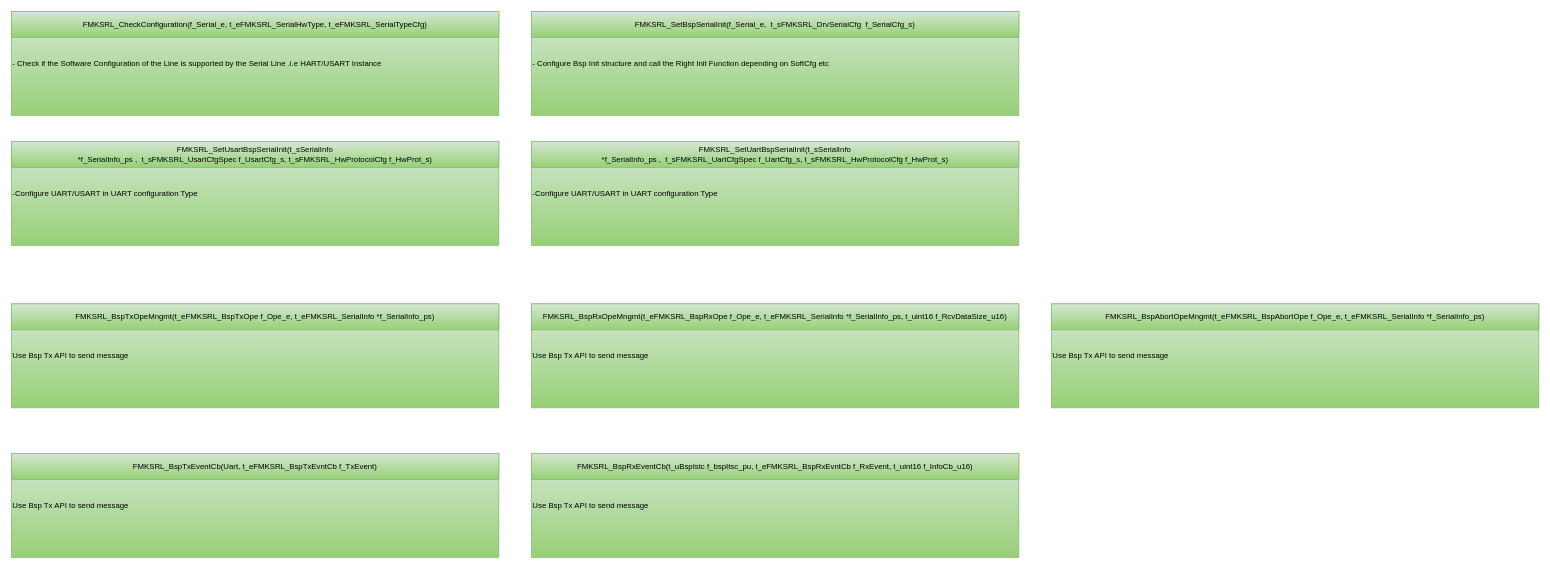
Earlier version of the draw.io diagram page "sAPI" (3 of 15) of src/1_FMK/FMK_HAL/FMK_SRL/Doc/Design/SerialDesign.drawio (mbarbeau0545/PickersRobotPOC). Source tidied: cells renumbered, new cells numbered last; positions are measured from the earlier drawing's top-left corner, leaving out a move shared by most shapes. Both pictures are drawn from the tidied source at 65%, with x=0, y=0 at pixel (11, 11).
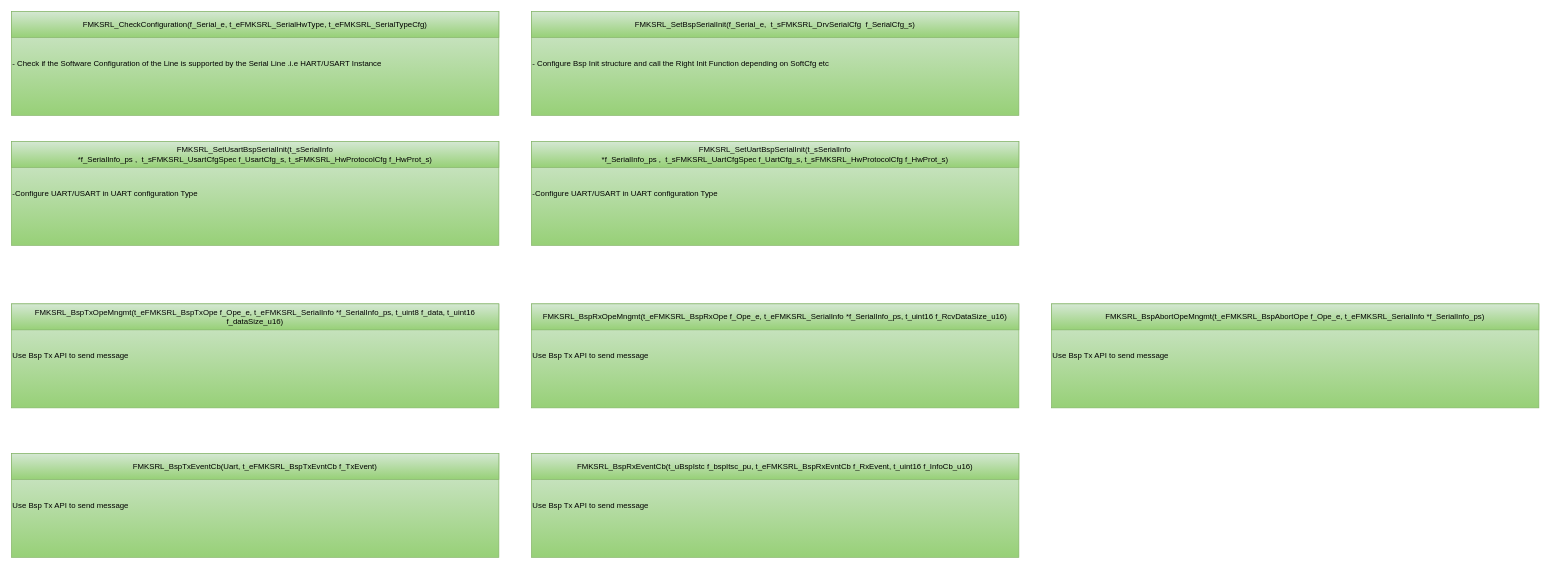
The same diagram, later.

Commit message (it also covers changes not shown here):
Work on FMKSRL Implementation, to be tested

Unchanged cells that the change refers to:
```xml
<mxCell id="14" style="group;fontSize=12;" parent="1" vertex="1">
  <mxGeometry y="450" width="750" height="160" as="geometry" />
</mxCell>
```

The edit, as a diff of the source:
```diff
@@
-    <mxCell id="16" value="FMKSRL_BspTxOpeMngmt(t_eFMKSRL_BspTxOpe f_Ope_e, t_eFMKSRL_SerialInfo *f_SerialInfo_ps)" style="rounded=0;whiteSpace=wrap;html=1;fillColor=#d5e8d4;gradientColor=#97d077;strokeColor=#82b366;fontColor=#000000;fontSize=12;" parent="14" vertex="1">
+    <mxCell id="16" value="FMKSRL_BspTxOpeMngmt(t_eFMKSRL_BspTxOpe f_Ope_e, t_eFMKSRL_SerialInfo *f_SerialInfo_ps, t_uint8 f_data, t_uint16 f_dataSize_u16)" style="rounded=0;whiteSpace=wrap;html=1;fillColor=#d5e8d4;gradientColor=#97d077;strokeColor=#82b366;fontColor=#000000;fontSize=12;" parent="14" vertex="1">
       <mxGeometry width="750" height="40" as="geometry" />
     </mxCell>
```
